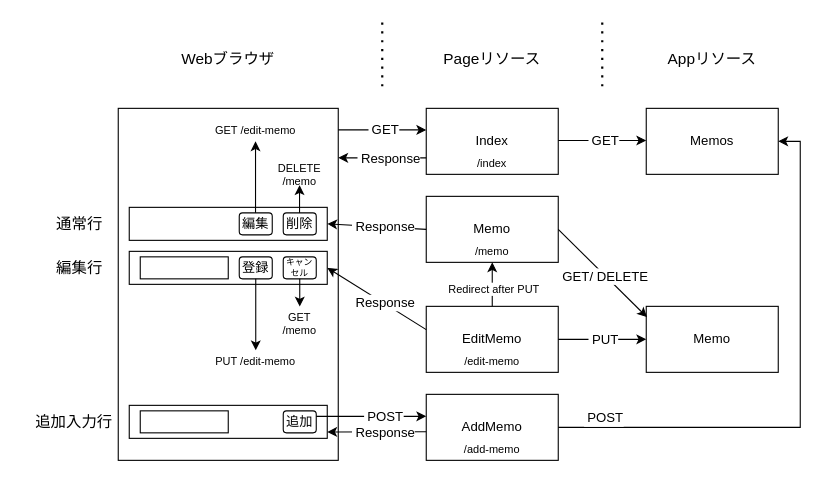
Before: advent-memo-chart.drawio in pazworld/drawio, a draw.io diagram. Source tidied: cells renumbered, new cells numbered last; positions are measured from the earlier drawing's top-left corner, leaving out a move shared by most shapes. Both pictures are drawn from the tidied source at 110%, with x=0, y=0 at pixel (19, 20).
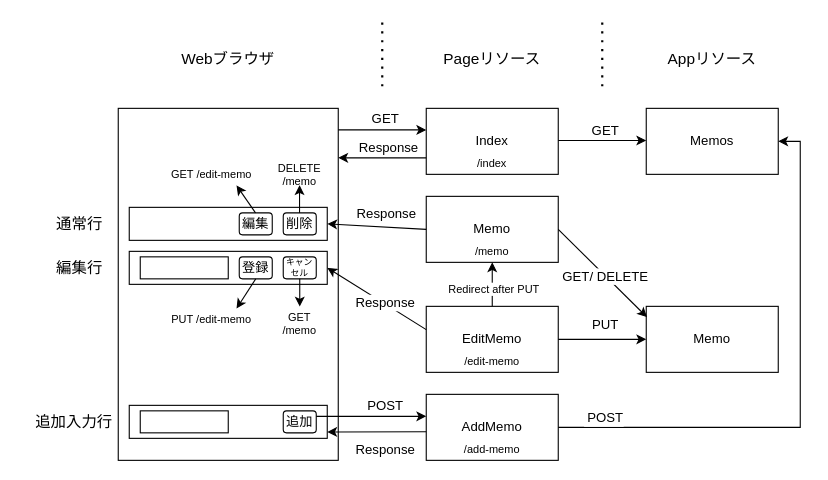
Above is the later version.

The change refers to these unchanged cells:
```xml
<mxCell id="18" style="endArrow=classic;html=1;rounded=0;fontSize=6;exitX=1;exitY=0.5;exitDx=0;exitDy=0;entryX=0;entryY=0.25;entryDx=0;entryDy=0;" parent="1" edge="1">
  <mxGeometry relative="1" as="geometry">
    <mxPoint x="270" y="360" as="sourcePoint" />
    <mxPoint x="370" y="360" as="targetPoint" />
  </mxGeometry>
</mxCell>
<mxCell id="20" style="endArrow=classic;html=1;rounded=0;fontSize=12;entryX=0.95;entryY=0.438;entryDx=0;entryDy=0;entryPerimeter=0;exitX=0;exitY=0.833;exitDx=0;exitDy=0;exitPerimeter=0;" parent="1" edge="1">
  <mxGeometry relative="1" as="geometry">
    <mxPoint x="370" y="374" as="sourcePoint" />
    <mxPoint x="280" y="374.2" as="targetPoint" />
  </mxGeometry>
</mxCell>
<mxCell id="26" style="endArrow=classic;html=1;rounded=0;fontSize=12;entryX=1;entryY=0.5;entryDx=0;entryDy=0;exitX=0;exitY=0.5;exitDx=0;exitDy=0;" parent="1" edge="1" source="4" target="7">
  <mxGeometry relative="1" as="geometry" />
</mxCell>
<mxCell id="31" style="endArrow=classic;html=1;rounded=0;fontSize=6;" parent="1" edge="1">
  <mxGeometry relative="1" as="geometry">
    <mxPoint x="490" y="109.2" as="sourcePoint" />
    <mxPoint x="570" y="109.2" as="targetPoint" />
  </mxGeometry>
</mxCell>
<mxCell id="35" style="endArrow=classic;html=1;rounded=0;fontSize=6;exitX=1;exitY=0.5;exitDx=0;exitDy=0;entryX=0;entryY=0.5;entryDx=0;entryDy=0;" parent="1" edge="1" source="6" target="30">
  <mxGeometry relative="1" as="geometry" />
</mxCell>
<mxCell id="44" style="endArrow=classic;html=1;rounded=0;fontSize=6;" parent="1" edge="1">
  <mxGeometry relative="1" as="geometry">
    <mxPoint x="290" y="99.6" as="sourcePoint" />
    <mxPoint x="370" y="99.6" as="targetPoint" />
  </mxGeometry>
</mxCell>
<mxCell id="46" style="endArrow=classic;html=1;rounded=0;fontSize=12;exitX=0;exitY=0.75;exitDx=0;exitDy=0;" parent="1" edge="1" source="3">
  <mxGeometry relative="1" as="geometry">
    <mxPoint x="290" y="125" as="targetPoint" />
  </mxGeometry>
</mxCell>
```

Change to the diagram source:
```diff
@@
     <mxCell id="19" value="&amp;nbsp;POST " style="edgeLabel;html=1;align=center;verticalAlign=middle;fontSize=12;" parent="18" vertex="1">
       <mxGeometry x="0.3" relative="1" as="geometry">
-        <mxPoint x="-5" as="offset" />
+        <mxPoint x="-5" y="-10" as="offset" />
       </mxGeometry>
     </mxCell>
@@
     <mxCell id="21" value="&amp;nbsp;Response " style="edgeLabel;html=1;align=center;verticalAlign=middle;fontSize=12;" parent="20" vertex="1">
-      <mxGeometry x="-0.12" relative="1" as="geometry" />
+      <mxGeometry x="-0.12" relative="1" as="geometry">
+        <mxPoint y="16" as="offset" />
+      </mxGeometry>
     </mxCell>
@@
-    <mxCell id="24" style="endArrow=classic;html=1;rounded=0;fontSize=12;exitX=0.5;exitY=1;exitDx=0;exitDy=0;entryX=0.5;entryY=0;entryDx=0;entryDy=0;" parent="1" edge="1" target="25">
+    <mxCell id="24" style="endArrow=classic;html=1;rounded=0;fontSize=12;exitX=0.5;exitY=1;exitDx=0;exitDy=0;entryX=0.75;entryY=0;entryDx=0;entryDy=0;" parent="1" edge="1" target="25">
       <mxGeometry relative="1" as="geometry">
         <mxPoint x="215" y="235" as="sourcePoint" />
       </mxGeometry>
     </mxCell>
     <mxCell id="25" value="PUT /edit-memo" style="text;html=1;strokeColor=none;fillColor=none;align=center;verticalAlign=middle;whiteSpace=wrap;rounded=0;fontSize=10;" parent="1" vertex="1">
-      <mxGeometry x="170" y="300" width="90" height="20" as="geometry" />
+      <mxGeometry x="130" y="262" width="90" height="20" as="geometry" />
     </mxCell>
@@
     <mxCell id="27" value="&amp;nbsp;Response " style="edgeLabel;html=1;align=center;verticalAlign=middle;fontSize=12;" parent="26" vertex="1">
-      <mxGeometry x="-0.12" relative="1" as="geometry" />
+      <mxGeometry x="-0.12" relative="1" as="geometry">
+        <mxPoint x="1" y="-12" as="offset" />
+      </mxGeometry>
     </mxCell>
@@
     <mxCell id="32" value="&amp;nbsp;GET " style="edgeLabel;html=1;align=center;verticalAlign=middle;fontSize=12;" parent="31" vertex="1">
       <mxGeometry x="0.3" relative="1" as="geometry">
-        <mxPoint x="-12" as="offset" />
+        <mxPoint x="-12" y="-9" as="offset" />
       </mxGeometry>
     </mxCell>
@@
     <mxCell id="36" value="&amp;nbsp;PUT" style="edgeLabel;html=1;align=center;verticalAlign=middle;fontSize=12;" parent="35" vertex="1">
       <mxGeometry x="0.3" relative="1" as="geometry">
-        <mxPoint x="-12" as="offset" />
+        <mxPoint x="-12" y="-14" as="offset" />
       </mxGeometry>
     </mxCell>
-    <mxCell id="37" style="endArrow=classic;html=1;rounded=0;fontSize=12;exitX=0.5;exitY=1;exitDx=0;exitDy=0;entryX=0.5;entryY=0;entryDx=0;entryDy=0;" parent="1" edge="1">
+    <mxCell id="37" style="endArrow=classic;html=1;rounded=0;fontSize=12;exitX=0.5;exitY=1;exitDx=0;exitDy=0;entryX=0.75;entryY=1;entryDx=0;entryDy=0;" parent="1" edge="1" target="41">
       <mxGeometry relative="1" as="geometry">
         <mxPoint x="214.8" y="175" as="sourcePoint" />
-        <mxPoint x="214.8" y="110" as="targetPoint" />
       </mxGeometry>
     </mxCell>
@@
     <mxCell id="41" value="GET /edit-memo" style="text;html=1;strokeColor=none;fillColor=none;align=center;verticalAlign=middle;whiteSpace=wrap;rounded=0;fontSize=10;" parent="1" vertex="1">
-      <mxGeometry x="170" y="90" width="90" height="20" as="geometry" />
+      <mxGeometry x="130" y="130" width="90" height="20" as="geometry" />
     </mxCell>
@@
     <mxCell id="45" value="&amp;nbsp;GET " style="edgeLabel;html=1;align=center;verticalAlign=middle;fontSize=12;" parent="44" vertex="1">
       <mxGeometry x="0.3" relative="1" as="geometry">
-        <mxPoint x="-12" as="offset" />
+        <mxPoint x="-12" y="-10" as="offset" />
       </mxGeometry>
     </mxCell>
@@
     <mxCell id="47" value="&amp;nbsp;Response " style="edgeLabel;html=1;align=center;verticalAlign=middle;fontSize=12;" parent="46" vertex="1">
-      <mxGeometry x="-0.12" relative="1" as="geometry" />
+      <mxGeometry x="-0.12" relative="1" as="geometry">
+        <mxPoint x="-2" y="-10" as="offset" />
+      </mxGeometry>
     </mxCell>
```
